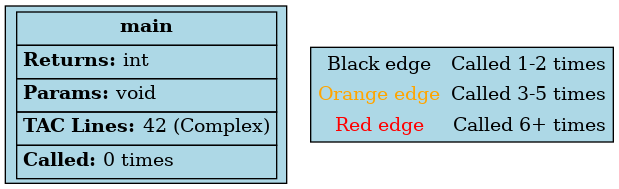
Above: Compiler/call_graph.png in satish-pati/3_Compilers_LabProject (Graphviz), before the change. Its source is kept beside it as Compiler/call_graph.dot.
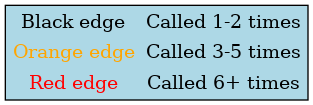
Later version of the same file.

What changed in the source:
```diff
@@ -2,16 +2,6 @@
   node [shape=record, style=filled, fillcolor=lightblue];
   rankdir=TB;
   concentrate=true;
-
-  "main" [fillcolor=lightblue, label=<
-    <TABLE BORDER="0" CELLBORDER="1" CELLSPACING="0" CELLPADDING="4">
-      <TR><TD BGCOLOR="lightblue"><FONT COLOR="black"><B>main</B></FONT></TD></TR>
-      <TR><TD ALIGN="LEFT"><B>Returns:</B> int</TD></TR>
-      <TR><TD ALIGN="LEFT"><B>Params:</B> void</TD></TR>
-      <TR><TD ALIGN="LEFT"><B>TAC Lines:</B> 42 (Complex)</TD></TR>
-      <TR><TD ALIGN="LEFT"><B>Called:</B> 0 times</TD></TR>
-    </TABLE>
-  >];
 
 
 
```
